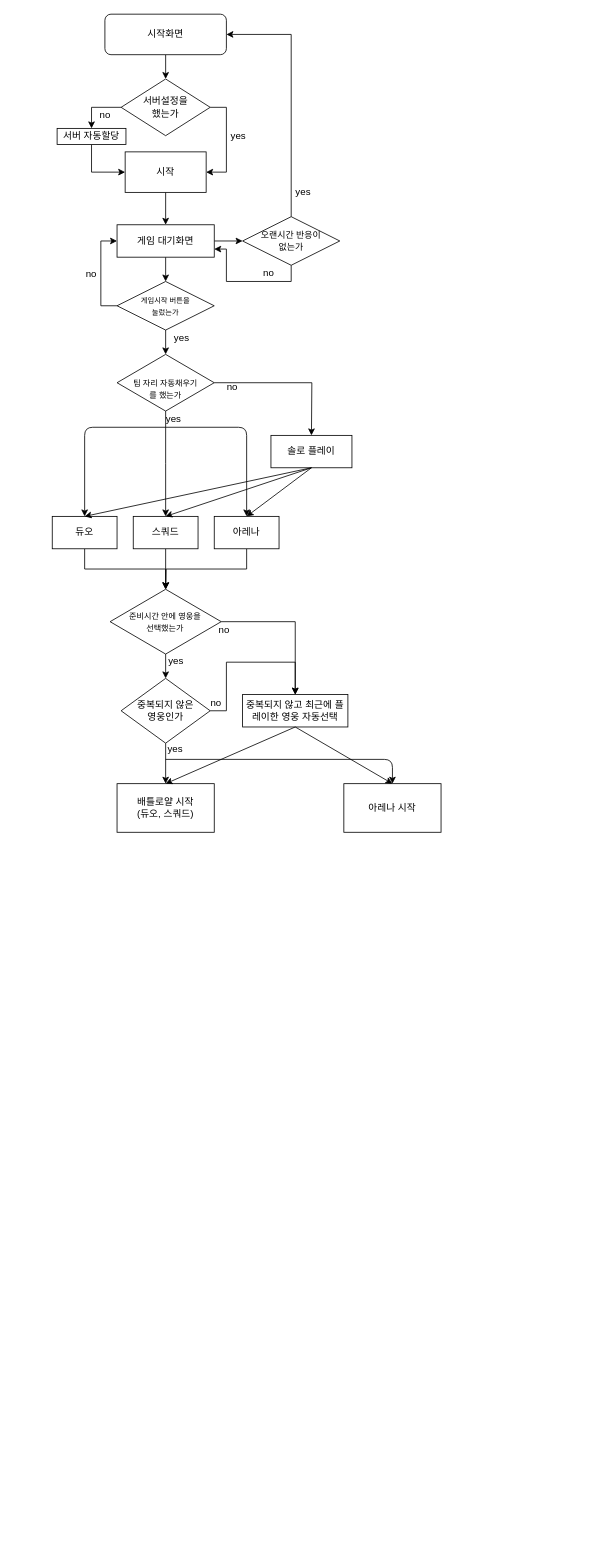
Earlier version of the draw.io diagram 게임 시스템 14주차.drawio (Zet03/zet-Portfolio). Source tidied: cells renumbered, new cells numbered last; positions are measured from the earlier drawing's top-left corner, leaving out a move shared by most shapes. Both pictures are drawn from the tidied source at 81%, with x=0, y=0 at pixel (52, 14).
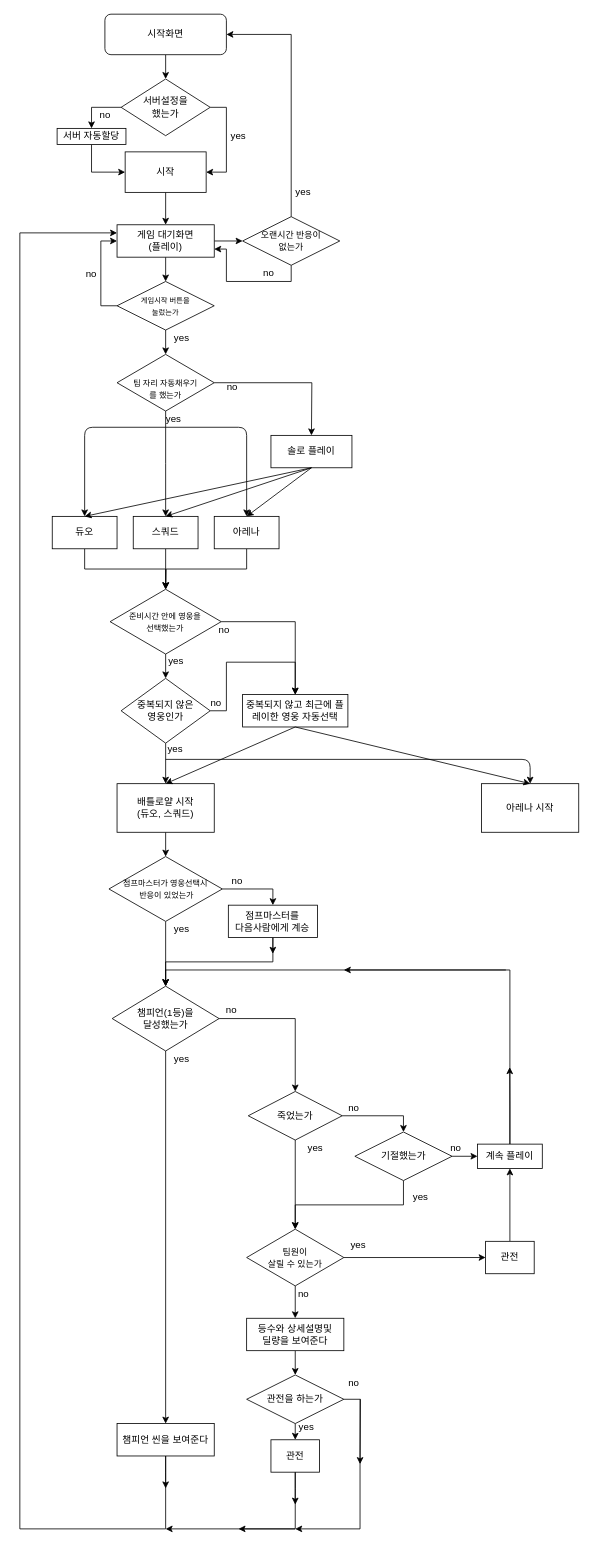
Above is the later version.

Commit message:
Update 게임 시스템 14주차.drawio

The change refers to these unchanged cells:
```xml
<mxCell id="49" value="배틀로얄 시작&lt;br&gt;(듀오, 스쿼드)" style="rounded=0;whiteSpace=wrap;html=1;shadow=0;sketch=0;" parent="1" vertex="1">
  <mxGeometry x="80" y="950" width="120" height="60" as="geometry" />
</mxCell>
```

What changed in the source:
```diff
@@
-    <mxCell id="25" value="게임 대기화면" style="rounded=0;whiteSpace=wrap;html=1;shadow=0;sketch=0;" parent="1" vertex="1">
+    <mxCell id="25" value="게임 대기화면&lt;br&gt;(플레이)" style="rounded=0;whiteSpace=wrap;html=1;shadow=0;sketch=0;" parent="1" vertex="1">
       <mxGeometry x="80" y="260" width="120" height="40" as="geometry" />
     </mxCell>
@@
+    <mxCell id="59" style="edgeStyle=orthogonalEdgeStyle;rounded=0;jettySize=auto;html=1;exitX=0.5;exitY=1;exitDx=0;exitDy=0;entryX=0.5;entryY=0;entryDx=0;entryDy=0;" parent="1" edge="1" source="49" target="62">
+      <mxGeometry relative="1" as="geometry" />
+    </mxCell>
@@
     <mxCell id="50" value="아레나 시작" style="rounded=0;whiteSpace=wrap;html=1;shadow=0;sketch=0;" parent="1" vertex="1">
-      <mxGeometry x="360" y="950" width="120" height="60" as="geometry" />
+      <mxGeometry x="530" y="950" width="120" height="60" as="geometry" />
     </mxCell>
     <mxCell id="51" style="endArrow=classic;html=1;entryX=0.5;entryY=0;entryDx=0;entryDy=0;" parent="1" edge="1" target="50">
       <mxGeometry relative="1" as="geometry">
         <mxPoint x="140" y="920" as="sourcePoint" />
         <Array as="points">
-          <mxPoint x="420" y="920" />
+          <mxPoint x="590" y="920" />
         </Array>
       </mxGeometry>
     </mxCell>
@@
+    <mxCell id="60" style="edgeStyle=orthogonalEdgeStyle;rounded=0;jettySize=auto;html=1;exitX=1;exitY=0.5;exitDx=0;exitDy=0;entryX=0.5;entryY=0;entryDx=0;entryDy=0;" parent="1" edge="1" source="62" target="69">
+      <mxGeometry relative="1" as="geometry" />
+    </mxCell>
+    <mxCell id="61" style="edgeStyle=orthogonalEdgeStyle;rounded=0;jettySize=auto;html=1;exitX=0.5;exitY=1;exitDx=0;exitDy=0;entryX=0.5;entryY=0;entryDx=0;entryDy=0;" parent="1" edge="1" source="62" target="77">
+      <mxGeometry relative="1" as="geometry" />
+    </mxCell>
+    <mxCell id="62" value="&lt;font style=&quot;font-size: 10px&quot;&gt;점프마스터가 영웅선택시&lt;br&gt;&amp;nbsp;반응이 있었는가&lt;/font&gt;" style="rhombus;whiteSpace=wrap;html=1;rounded=0;shadow=0;sketch=0;" parent="1" vertex="1">
+      <mxGeometry x="70" y="1040" width="140" height="80" as="geometry" />
+    </mxCell>
+    <mxCell id="63" style="edgeStyle=orthogonalEdgeStyle;rounded=0;jettySize=auto;html=1;exitX=1;exitY=0.5;exitDx=0;exitDy=0;entryX=0.5;entryY=0;entryDx=0;entryDy=0;" parent="1" edge="1" source="65" target="80">
+      <mxGeometry relative="1" as="geometry" />
+    </mxCell>
+    <mxCell id="64" style="edgeStyle=orthogonalEdgeStyle;rounded=0;jettySize=auto;html=1;exitX=0.5;exitY=1;exitDx=0;exitDy=0;entryX=0.5;entryY=0;entryDx=0;entryDy=0;" parent="1" edge="1" source="65" target="83">
+      <mxGeometry relative="1" as="geometry" />
+    </mxCell>
+    <mxCell id="65" value="죽었는가" style="rhombus;whiteSpace=wrap;html=1;rounded=0;shadow=0;sketch=0;" parent="1" vertex="1">
+      <mxGeometry x="242" y="1330" width="116" height="60" as="geometry" />
+    </mxCell>
+    <mxCell id="66" value="yes" style="text;html=1;strokeColor=none;fillColor=none;align=center;verticalAlign=middle;whiteSpace=wrap;rounded=0;" parent="1" vertex="1">
+      <mxGeometry x="140" y="1120" width="40" height="20" as="geometry" />
+    </mxCell>
+    <mxCell id="67" style="edgeStyle=orthogonalEdgeStyle;rounded=0;jettySize=auto;html=1;exitX=0.5;exitY=1;exitDx=0;exitDy=0;" parent="1" edge="1" source="69">
+      <mxGeometry relative="1" as="geometry">
+        <mxPoint x="272.3" y="1160" as="targetPoint" />
+      </mxGeometry>
+    </mxCell>
+    <mxCell id="68" style="edgeStyle=orthogonalEdgeStyle;rounded=0;jettySize=auto;html=1;exitX=0.5;exitY=1;exitDx=0;exitDy=0;entryX=0.5;entryY=0;entryDx=0;entryDy=0;" parent="1" edge="1" source="69" target="77">
+      <mxGeometry relative="1" as="geometry" />
+    </mxCell>
+    <mxCell id="69" value="점프마스터를 &lt;br&gt;다음사람에게 계승" style="rounded=0;whiteSpace=wrap;html=1;shadow=0;sketch=0;" parent="1" vertex="1">
+      <mxGeometry x="217.4" y="1100" width="110" height="40" as="geometry" />
+    </mxCell>
+    <mxCell id="70" style="edgeStyle=orthogonalEdgeStyle;rounded=0;jettySize=auto;html=1;exitX=0.5;exitY=1;exitDx=0;exitDy=0;entryX=0;entryY=0.25;entryDx=0;entryDy=0;" parent="1" edge="1" source="72" target="25">
+      <mxGeometry relative="1" as="geometry">
+        <Array as="points">
+          <mxPoint x="140" y="1870" />
+          <mxPoint x="-40" y="1870" />
+          <mxPoint x="-40" y="270" />
+        </Array>
+      </mxGeometry>
+    </mxCell>
+    <mxCell id="71" style="edgeStyle=orthogonalEdgeStyle;rounded=0;jettySize=auto;html=1;exitX=0.5;exitY=1;exitDx=0;exitDy=0;" parent="1" edge="1" source="72">
+      <mxGeometry relative="1" as="geometry">
+        <mxPoint x="140" y="1820" as="targetPoint" />
+      </mxGeometry>
+    </mxCell>
+    <mxCell id="72" value="챔피언 씬을 보여준다" style="rounded=0;whiteSpace=wrap;html=1;shadow=0;sketch=0;" parent="1" vertex="1">
+      <mxGeometry x="80" y="1740" width="120" height="40" as="geometry" />
+    </mxCell>
+    <mxCell id="73" style="edgeStyle=orthogonalEdgeStyle;rounded=0;jettySize=auto;html=1;exitX=0.5;exitY=1;exitDx=0;exitDy=0;entryX=0.5;entryY=0;entryDx=0;entryDy=0;" parent="1" edge="1" source="74" target="90">
+      <mxGeometry relative="1" as="geometry" />
+    </mxCell>
+    <mxCell id="74" value="등수와 상세설명및&lt;br&gt;딜량을 보여준다" style="rounded=0;whiteSpace=wrap;html=1;shadow=0;sketch=0;" parent="1" vertex="1">
+      <mxGeometry x="240" y="1610" width="120" height="40" as="geometry" />
+    </mxCell>
+    <mxCell id="75" style="edgeStyle=orthogonalEdgeStyle;rounded=0;jettySize=auto;html=1;exitX=0.5;exitY=1;exitDx=0;exitDy=0;entryX=0.5;entryY=0;entryDx=0;entryDy=0;" parent="1" edge="1" source="77" target="72">
+      <mxGeometry relative="1" as="geometry" />
+    </mxCell>
+    <mxCell id="76" style="edgeStyle=orthogonalEdgeStyle;rounded=0;jettySize=auto;html=1;exitX=1;exitY=0.5;exitDx=0;exitDy=0;entryX=0.5;entryY=0;entryDx=0;entryDy=0;" parent="1" edge="1" source="77" target="65">
+      <mxGeometry relative="1" as="geometry" />
+    </mxCell>
+    <mxCell id="77" value="챔피언(1등)을 &lt;br&gt;달성했는가" style="rhombus;whiteSpace=wrap;html=1;rounded=0;shadow=0;sketch=0;" parent="1" vertex="1">
+      <mxGeometry x="74" y="1200" width="132" height="80" as="geometry" />
+    </mxCell>
+    <mxCell id="78" style="edgeStyle=orthogonalEdgeStyle;rounded=0;jettySize=auto;html=1;exitX=0.5;exitY=1;exitDx=0;exitDy=0;entryX=0.5;entryY=0;entryDx=0;entryDy=0;" parent="1" edge="1" source="80" target="83">
+      <mxGeometry relative="1" as="geometry" />
+    </mxCell>
+    <mxCell id="79" style="edgeStyle=orthogonalEdgeStyle;rounded=0;jettySize=auto;html=1;exitX=1;exitY=0.5;exitDx=0;exitDy=0;entryX=0;entryY=0.5;entryDx=0;entryDy=0;" parent="1" edge="1" source="80" target="102">
+      <mxGeometry relative="1" as="geometry" />
+    </mxCell>
+    <mxCell id="80" value="기절했는가" style="rhombus;whiteSpace=wrap;html=1;rounded=0;shadow=0;sketch=0;" parent="1" vertex="1">
+      <mxGeometry x="373.6" y="1380" width="120" height="60" as="geometry" />
+    </mxCell>
+    <mxCell id="81" style="edgeStyle=orthogonalEdgeStyle;rounded=0;jettySize=auto;html=1;exitX=0.5;exitY=1;exitDx=0;exitDy=0;entryX=0.5;entryY=0;entryDx=0;entryDy=0;" parent="1" edge="1" source="83" target="74">
+      <mxGeometry relative="1" as="geometry" />
+    </mxCell>
+    <mxCell id="82" style="edgeStyle=orthogonalEdgeStyle;rounded=0;jettySize=auto;html=1;exitX=1;exitY=0.5;exitDx=0;exitDy=0;entryX=0;entryY=0.5;entryDx=0;entryDy=0;" parent="1" edge="1" source="83" target="110">
+      <mxGeometry relative="1" as="geometry" />
+    </mxCell>
+    <mxCell id="83" value="&lt;font style=&quot;font-size: 11px&quot;&gt;팀원이 &lt;br&gt;살릴 수 있는가&lt;/font&gt;" style="rhombus;whiteSpace=wrap;html=1;rounded=0;shadow=0;sketch=0;" parent="1" vertex="1">
+      <mxGeometry x="240" y="1500" width="120" height="70" as="geometry" />
+    </mxCell>
+    <mxCell id="84" value="yes" style="text;html=1;strokeColor=none;fillColor=none;align=center;verticalAlign=middle;whiteSpace=wrap;rounded=0;" parent="1" vertex="1">
+      <mxGeometry x="305" y="1390" width="40" height="20" as="geometry" />
+    </mxCell>
+    <mxCell id="85" value="no" style="text;html=1;strokeColor=none;fillColor=none;align=center;verticalAlign=middle;whiteSpace=wrap;rounded=0;" parent="1" vertex="1">
+      <mxGeometry x="216" y="1060" width="25" height="20" as="geometry" />
+    </mxCell>
+    <mxCell id="86" value="no" style="text;html=1;strokeColor=none;fillColor=none;align=center;verticalAlign=middle;whiteSpace=wrap;rounded=0;" parent="1" vertex="1">
+      <mxGeometry x="360" y="1340" width="25" height="20" as="geometry" />
+    </mxCell>
+    <mxCell id="87" value="yes" style="text;html=1;strokeColor=none;fillColor=none;align=center;verticalAlign=middle;whiteSpace=wrap;rounded=0;" parent="1" vertex="1">
+      <mxGeometry x="435" y="1450" width="40" height="20" as="geometry" />
+    </mxCell>
+    <mxCell id="88" style="edgeStyle=orthogonalEdgeStyle;rounded=0;jettySize=auto;html=1;exitX=0.5;exitY=1;exitDx=0;exitDy=0;entryX=0.5;entryY=0;entryDx=0;entryDy=0;" parent="1" edge="1" source="90" target="92">
+      <mxGeometry relative="1" as="geometry" />
+    </mxCell>
+    <mxCell id="89" style="edgeStyle=orthogonalEdgeStyle;rounded=0;jettySize=auto;html=1;exitX=1;exitY=0.5;exitDx=0;exitDy=0;" parent="1" edge="1" source="90">
+      <mxGeometry relative="1" as="geometry">
+        <mxPoint x="380" y="1790" as="targetPoint" />
+      </mxGeometry>
+    </mxCell>
+    <mxCell id="90" value="관전을 하는가" style="rhombus;whiteSpace=wrap;html=1;rounded=0;shadow=0;sketch=0;" parent="1" vertex="1">
+      <mxGeometry x="240" y="1680" width="120" height="60" as="geometry" />
+    </mxCell>
+    <mxCell id="91" style="edgeStyle=orthogonalEdgeStyle;rounded=0;jettySize=auto;html=1;exitX=0.5;exitY=1;exitDx=0;exitDy=0;" parent="1" edge="1" source="92">
+      <mxGeometry relative="1" as="geometry">
+        <mxPoint x="300" y="1840" as="targetPoint" />
+      </mxGeometry>
+    </mxCell>
+    <mxCell id="92" value="관전" style="rounded=0;whiteSpace=wrap;html=1;shadow=0;sketch=0;" parent="1" vertex="1">
+      <mxGeometry x="270" y="1760" width="60" height="40" as="geometry" />
+    </mxCell>
+    <mxCell id="93" value="yes" style="text;html=1;strokeColor=none;fillColor=none;align=center;verticalAlign=middle;whiteSpace=wrap;rounded=0;" parent="1" vertex="1">
+      <mxGeometry x="294" y="1734" width="40" height="20" as="geometry" />
+    </mxCell>
+    <mxCell id="94" value="no" style="text;html=1;strokeColor=none;fillColor=none;align=center;verticalAlign=middle;whiteSpace=wrap;rounded=0;" parent="1" vertex="1">
+      <mxGeometry x="360" y="1680" width="25" height="20" as="geometry" />
+    </mxCell>
+    <mxCell id="95" style="endArrow=none;html=1;entryX=0.5;entryY=1;entryDx=0;entryDy=0;" parent="1" edge="1" target="92">
+      <mxGeometry relative="1" as="geometry">
+        <mxPoint x="300" y="1870" as="sourcePoint" />
+      </mxGeometry>
+    </mxCell>
+    <mxCell id="96" style="endArrow=classic;html=1;" parent="1" edge="1">
+      <mxGeometry relative="1" as="geometry">
+        <mxPoint x="300" y="1870" as="sourcePoint" />
+        <mxPoint x="140" y="1870" as="targetPoint" />
+      </mxGeometry>
+    </mxCell>
+    <mxCell id="97" style="endArrow=classic;html=1;" parent="1" edge="1">
+      <mxGeometry relative="1" as="geometry">
+        <mxPoint x="300" y="1870" as="sourcePoint" />
+        <mxPoint x="230" y="1870" as="targetPoint" />
+      </mxGeometry>
+    </mxCell>
+    <mxCell id="98" style="endArrow=classic;html=1;" parent="1" edge="1">
+      <mxGeometry relative="1" as="geometry">
+        <mxPoint x="380" y="1870" as="sourcePoint" />
+        <mxPoint x="300" y="1870" as="targetPoint" />
+      </mxGeometry>
+    </mxCell>
+    <mxCell id="99" style="endArrow=none;html=1;" parent="1" edge="1">
+      <mxGeometry relative="1" as="geometry">
+        <mxPoint x="380" y="1870" as="sourcePoint" />
+        <mxPoint x="380" y="1710" as="targetPoint" />
+      </mxGeometry>
+    </mxCell>
+    <mxCell id="100" style="edgeStyle=orthogonalEdgeStyle;rounded=0;jettySize=auto;html=1;exitX=0.5;exitY=0;exitDx=0;exitDy=0;entryX=0.5;entryY=0;entryDx=0;entryDy=0;" parent="1" edge="1" source="102" target="77">
+      <mxGeometry relative="1" as="geometry" />
+    </mxCell>
+    <mxCell id="101" style="edgeStyle=orthogonalEdgeStyle;rounded=0;jettySize=auto;html=1;exitX=0.5;exitY=0;exitDx=0;exitDy=0;" parent="1" edge="1" source="102">
+      <mxGeometry relative="1" as="geometry">
+        <mxPoint x="564.8" y="1300" as="targetPoint" />
+      </mxGeometry>
+    </mxCell>
+    <mxCell id="102" value="계속 플레이" style="rounded=0;whiteSpace=wrap;html=1;shadow=0;sketch=0;" parent="1" vertex="1">
+      <mxGeometry x="525" y="1395" width="80" height="30" as="geometry" />
+    </mxCell>
+    <mxCell id="103" value="no" style="text;html=1;strokeColor=none;fillColor=none;align=center;verticalAlign=middle;whiteSpace=wrap;rounded=0;" parent="1" vertex="1">
+      <mxGeometry x="486" y="1390" width="25" height="20" as="geometry" />
+    </mxCell>
+    <mxCell id="104" value="yes" style="text;html=1;strokeColor=none;fillColor=none;align=center;verticalAlign=middle;whiteSpace=wrap;rounded=0;" parent="1" vertex="1">
+      <mxGeometry x="140" y="1280" width="40" height="20" as="geometry" />
+    </mxCell>
+    <mxCell id="105" value="no" style="text;html=1;strokeColor=none;fillColor=none;align=center;verticalAlign=middle;whiteSpace=wrap;rounded=0;" parent="1" vertex="1">
+      <mxGeometry x="298" y="1570" width="25" height="20" as="geometry" />
+    </mxCell>
+    <mxCell id="106" style="endArrow=classic;html=1;" parent="1" edge="1">
+      <mxGeometry relative="1" as="geometry">
+        <mxPoint x="560" y="1180" as="sourcePoint" />
+        <mxPoint x="360" y="1180" as="targetPoint" />
+      </mxGeometry>
+    </mxCell>
+    <mxCell id="107" value="no" style="text;html=1;strokeColor=none;fillColor=none;align=center;verticalAlign=middle;whiteSpace=wrap;rounded=0;" parent="1" vertex="1">
+      <mxGeometry x="208.6" y="1220" width="25" height="20" as="geometry" />
+    </mxCell>
+    <mxCell id="108" value="yes" style="text;html=1;strokeColor=none;fillColor=none;align=center;verticalAlign=middle;whiteSpace=wrap;rounded=0;" parent="1" vertex="1">
+      <mxGeometry x="358" y="1510" width="40" height="20" as="geometry" />
+    </mxCell>
+    <mxCell id="109" style="edgeStyle=orthogonalEdgeStyle;rounded=0;jettySize=auto;html=1;exitX=0.5;exitY=0;exitDx=0;exitDy=0;entryX=0.5;entryY=1;entryDx=0;entryDy=0;" parent="1" edge="1" source="110" target="102">
+      <mxGeometry relative="1" as="geometry" />
+    </mxCell>
+    <mxCell id="110" value="관전" style="rounded=0;whiteSpace=wrap;html=1;shadow=0;sketch=0;" parent="1" vertex="1">
+      <mxGeometry x="535" y="1515" width="60" height="40" as="geometry" />
+    </mxCell>
```
